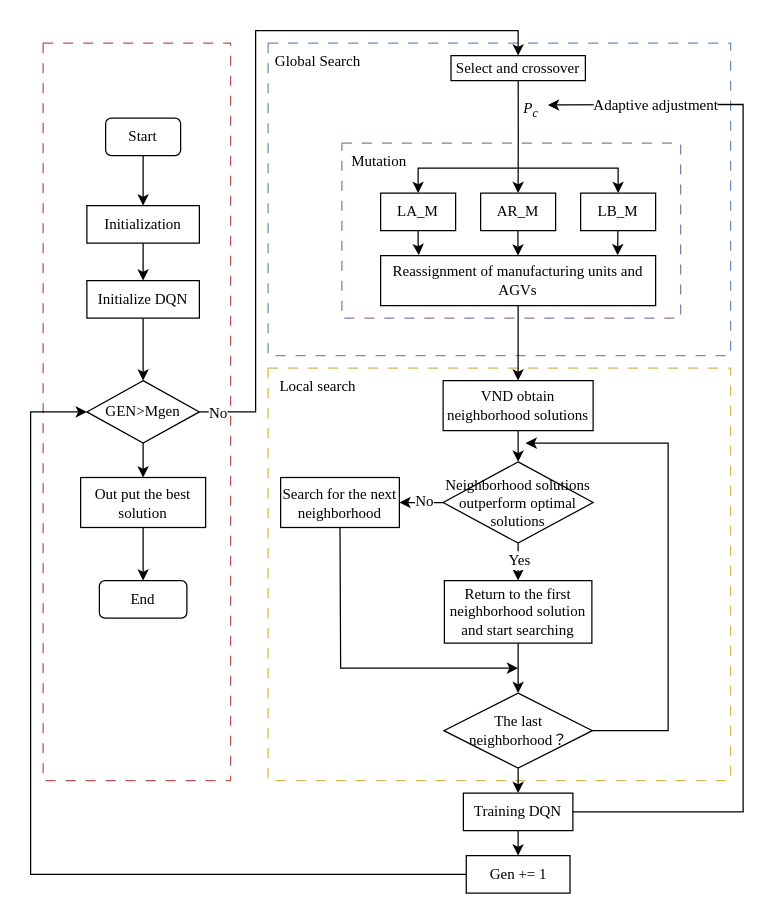
Above: framework.drawio in aslongaslihappy/algorithm (draw.io), before the change. Source tidied: cells renumbered, new cells numbered last; positions are measured from the earlier drawing's top-left corner, leaving out a move shared by most shapes. Both pictures are drawn from the tidied source at 125%, with x=0, y=0 at pixel (30, 30).
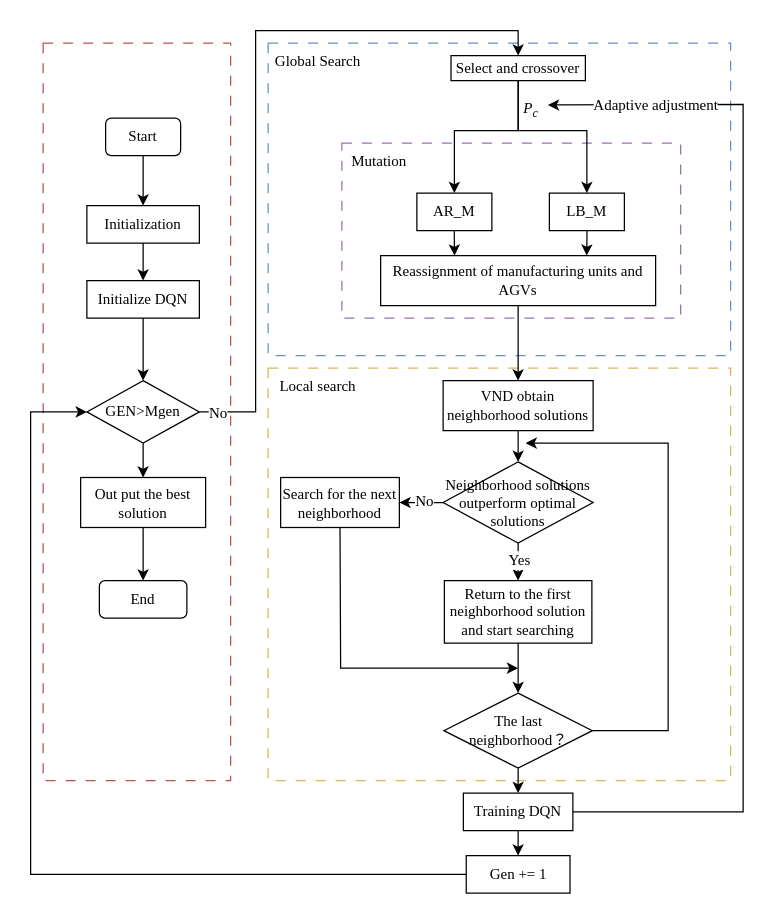
The same page after the edit.

Unchanged cells that the change refers to:
```xml
<mxCell id="9" value="Select and&amp;nbsp;crossover" style="rounded=0;whiteSpace=wrap;html=1;fontFamily=Times New Roman;fontSize=12;fillColor=none;strokeColor=default;" parent="1" vertex="1">
  <mxGeometry x="336.3" y="20" width="107.5" height="20" as="geometry" />
</mxCell>
<mxCell id="49" value="Reassignment of manufacturing units and AGVs" style="rounded=0;whiteSpace=wrap;html=1;fontFamily=Times New Roman;fontSize=12;" parent="1" vertex="1">
  <mxGeometry x="280" y="180" width="220" height="40" as="geometry" />
</mxCell>
```

The edit, as a diff of the source:
```diff
@@
     <mxCell id="8" style="edgeStyle=orthogonalEdgeStyle;rounded=0;jettySize=auto;html=1;exitX=0.5;exitY=1;exitDx=0;exitDy=0;entryX=0.5;entryY=0;entryDx=0;entryDy=0;" parent="1" edge="1" source="9" target="46">
-      <mxGeometry relative="1" as="geometry" />
+      <mxGeometry relative="1" as="geometry">
+        <Array as="points">
+          <mxPoint x="390" y="80" />
+          <mxPoint x="339" y="80" />
+        </Array>
+      </mxGeometry>
     </mxCell>
@@
-    <mxCell id="45" value="LA_M" style="rounded=0;whiteSpace=wrap;html=1;fontFamily=Times New Roman;fontSize=12;" parent="1" vertex="1">
-      <mxGeometry x="280" y="130" width="60" height="30" as="geometry" />
-    </mxCell>
     <mxCell id="46" value="AR_M" style="rounded=0;whiteSpace=wrap;html=1;fontFamily=Times New Roman;fontSize=12;" parent="1" vertex="1">
-      <mxGeometry x="360" y="130" width="60" height="30" as="geometry" />
+      <mxGeometry x="309" y="130" width="60" height="30" as="geometry" />
     </mxCell>
     <mxCell id="47" value="LB_M" style="rounded=0;whiteSpace=wrap;html=1;fontFamily=Times New Roman;fontSize=12;" parent="1" vertex="1">
-      <mxGeometry x="440" y="130" width="60" height="30" as="geometry" />
+      <mxGeometry x="415" y="130" width="60" height="30" as="geometry" />
     </mxCell>
@@
-    <mxCell id="50" style="endArrow=classic;html=1;rounded=0;entryX=0.139;entryY=-0.011;entryDx=0;entryDy=0;entryPerimeter=0;exitX=0.5;exitY=1;exitDx=0;exitDy=0;fontFamily=Times New Roman;fontSize=12;" parent="1" edge="1" source="45" target="49">
-      <mxGeometry relative="1" as="geometry">
-        <Array as="points">
-          <mxPoint x="310" y="170" />
-        </Array>
-      </mxGeometry>
-    </mxCell>
-    <mxCell id="51" style="endArrow=classic;html=1;rounded=0;entryX=0.862;entryY=-0.006;entryDx=0;entryDy=0;entryPerimeter=0;exitX=0.504;exitY=1.035;exitDx=0;exitDy=0;exitPerimeter=0;fontFamily=Times New Roman;fontSize=12;" parent="1" edge="1" target="49">
+    <mxCell id="51" style="endArrow=classic;html=1;rounded=0;entryX=0.862;entryY=-0.006;entryDx=0;entryDy=0;entryPerimeter=0;exitX=0.504;exitY=1.035;exitDx=0;exitDy=0;exitPerimeter=0;fontFamily=Times New Roman;fontSize=12;" parent="1" edge="1">
       <mxGeometry relative="1" as="geometry">
-        <mxPoint x="469.8" y="160" as="sourcePoint" />
+        <mxPoint x="445.1" y="160.2" as="sourcePoint" />
+        <mxPoint x="444.9" y="180" as="targetPoint" />
       </mxGeometry>
     </mxCell>
-    <mxCell id="52" style="endArrow=classic;html=1;rounded=0;entryX=0.5;entryY=0;entryDx=0;entryDy=0;exitX=0.504;exitY=1.035;exitDx=0;exitDy=0;exitPerimeter=0;fontFamily=Times New Roman;fontSize=12;" parent="1" edge="1" target="49">
+    <mxCell id="52" style="endArrow=classic;html=1;rounded=0;entryX=0.5;entryY=0;entryDx=0;entryDy=0;exitX=0.504;exitY=1.035;exitDx=0;exitDy=0;exitPerimeter=0;fontFamily=Times New Roman;fontSize=12;" parent="1" edge="1">
       <mxGeometry relative="1" as="geometry">
-        <mxPoint x="389.8" y="160" as="sourcePoint" />
+        <mxPoint x="338.9" y="160" as="sourcePoint" />
+        <mxPoint x="339.1" y="180" as="targetPoint" />
       </mxGeometry>
     </mxCell>
-    <mxCell id="53" style="endArrow=classic;html=1;rounded=0;entryX=0.5;entryY=0;entryDx=0;entryDy=0;" parent="1" edge="1" target="47">
+    <mxCell id="53" style="endArrow=classic;html=1;rounded=0;entryX=0.5;entryY=0;entryDx=0;entryDy=0;exitX=0.5;exitY=1;exitDx=0;exitDy=0;" parent="1" edge="1" source="9" target="47">
       <mxGeometry relative="1" as="geometry">
-        <mxPoint x="390" y="110" as="sourcePoint" />
         <Array as="points">
-          <mxPoint x="470" y="110" />
+          <mxPoint x="390" y="80" />
+          <mxPoint x="445" y="80" />
         </Array>
       </mxGeometry>
     </mxCell>
-    <mxCell id="54" style="endArrow=classic;html=1;rounded=0;entryX=0.5;entryY=0;entryDx=0;entryDy=0;" parent="1" edge="1" target="45">
-      <mxGeometry relative="1" as="geometry">
-        <mxPoint x="390" y="110" as="sourcePoint" />
-        <Array as="points">
-          <mxPoint x="310" y="110" />
-        </Array>
-      </mxGeometry>
-    </mxCell>
```
